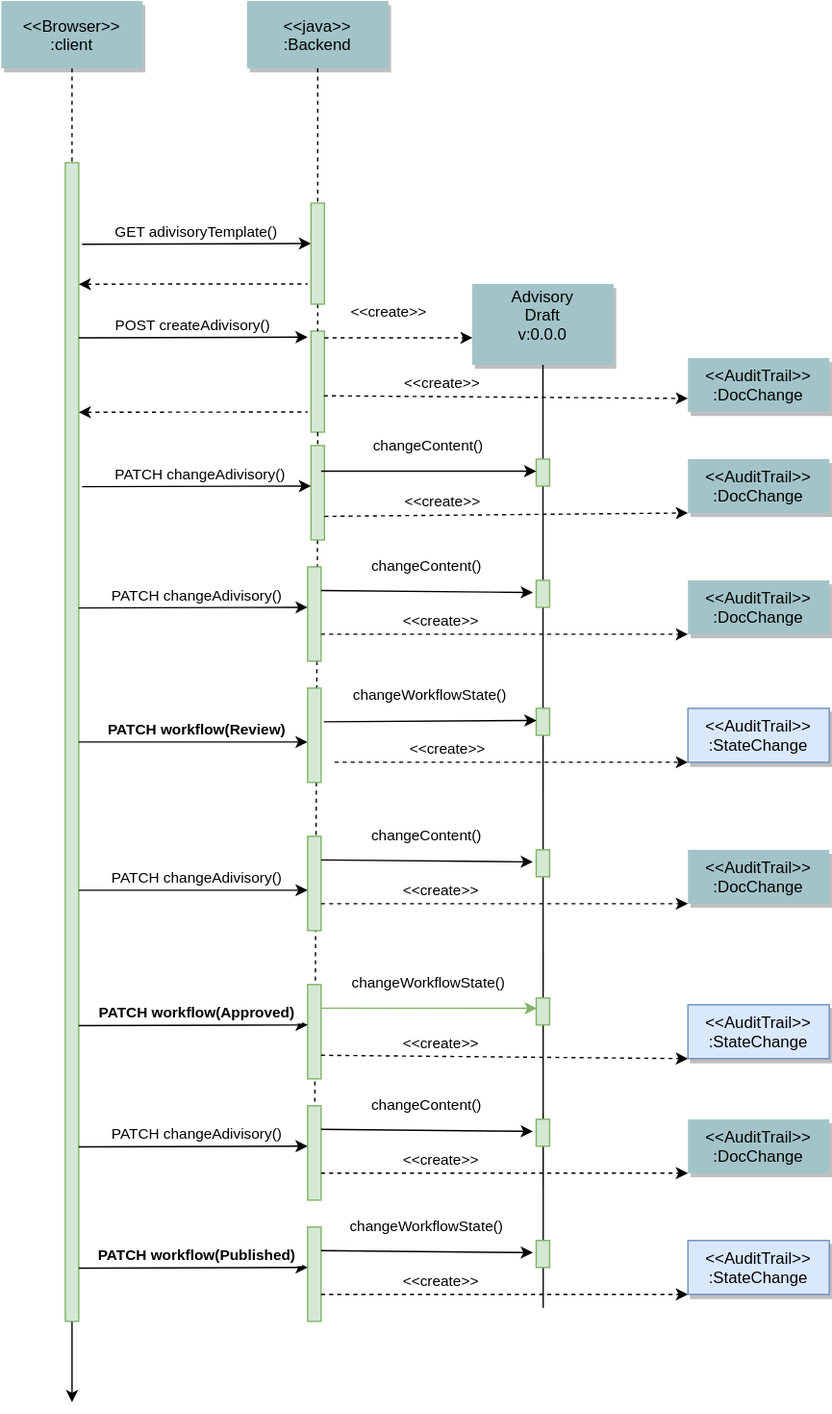
Above: documents/WokflowAdvisory.drawio.svg in secvisogram/csaf-cms-backend (draw.io), before the change. Source tidied: cells renumbered, new cells last; positions are measured from the earlier drawing's top-left corner, leaving out a move shared by most shapes.
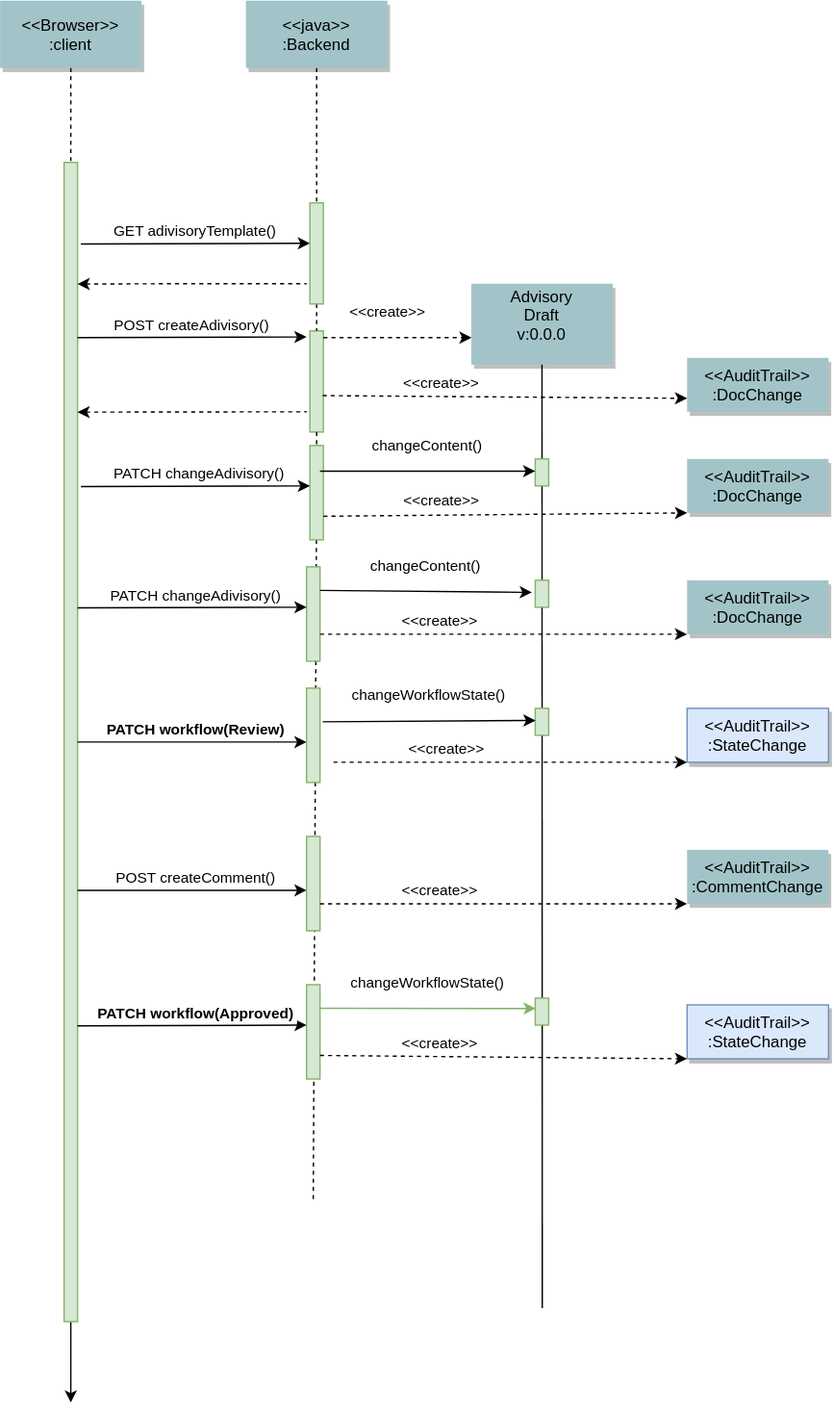
Above is the later version.

Commit message:
doc(architecture): rebase, merge and revise architecture document

Diff of the diagram source:
```diff
@@ -58,8 +58,10 @@
     <mxCell id="15" style="edgeStyle=elbowEdgeStyle;elbow=horizontal;endArrow=none;dashed=1;" parent="1" edge="1" source="4" target="3">
       <mxGeometry x="230" y="310" as="geometry" />
     </mxCell>
-    <mxCell id="16" style="edgeStyle=none;endArrow=none;dashed=1;startArrow=none;entryX=0.5;entryY=1;entryDx=0;entryDy=0;" parent="1" edge="1" source="18" target="33">
-      <mxGeometry x="376.6" y="339.7" as="geometry" />
+    <mxCell id="16" style="edgeStyle=none;endArrow=none;dashed=1;startArrow=none;entryX=0.5;entryY=1;entryDx=0;entryDy=0;" parent="1" edge="1" source="18">
+      <mxGeometry x="376.6" y="339.7" as="geometry">
+        <mxPoint x="233" y="890" as="targetPoint" />
+      </mxGeometry>
     </mxCell>
     <mxCell id="17" value="&lt;&lt;create&gt;&gt;" style="edgeStyle=none;verticalLabelPosition=top;verticalAlign=bottom;dashed=1;entryX=0;entryY=0.75;entryDx=0;entryDy=0;exitX=0.95;exitY=0.64;exitDx=0;exitDy=0;exitPerimeter=0;" parent="1" edge="1" source="5" target="14">
       <mxGeometry as="geometry">
@@ -125,92 +127,24 @@
         <mxPoint y="-10" as="offset" />
       </mxGeometry>
     </mxCell>
-    <mxCell id="31" style="group;" parent="1" vertex="1">
-      <mxGeometry x="58" y="820" width="557.5" height="70" as="geometry" />
-    </mxCell>
-    <mxCell id="32" style="fillColor=#d5e8d4;strokeColor=#82b366;" parent="31" vertex="1">
-      <mxGeometry x="339.8" y="10" width="10" height="20" as="geometry" />
-    </mxCell>
-    <mxCell id="33" style="fillColor=#d5e8d4;strokeColor=#82b366;" parent="31" vertex="1">
-      <mxGeometry x="170" width="10" height="70" as="geometry" />
-    </mxCell>
-    <mxCell id="34" value="PATCH changeAdivisory()" style="edgeStyle=none;verticalLabelPosition=top;verticalAlign=bottom;" parent="31" edge="1">
-      <mxGeometry x="-172.5" y="-260" as="geometry">
-        <mxPoint y="30.5" as="sourcePoint" />
-        <mxPoint x="170" y="30" as="targetPoint" />
-        <mxPoint x="3" as="offset" />
-      </mxGeometry>
-    </mxCell>
-    <mxCell id="35" value="&lt;&lt;create&gt;&gt;" style="edgeStyle=none;verticalLabelPosition=top;verticalAlign=bottom;dashed=1;entryX=0;entryY=1;entryDx=0;entryDy=0;" parent="31" edge="1" target="36">
-      <mxGeometry x="-172.5" y="-195" as="geometry">
-        <mxPoint x="180" y="50" as="sourcePoint" />
-        <mxPoint x="-47" y="-1" as="offset" />
-      </mxGeometry>
-    </mxCell>
-    <mxCell id="36" value="&lt;&lt;AuditTrail&gt;&gt;&#10;:DocChange" style="shadow=1;fillColor=#A2C4C9;strokeColor=none;" parent="31" vertex="1">
-      <mxGeometry x="452.5" y="10" width="105" height="40" as="geometry" />
-    </mxCell>
-    <mxCell id="37" value="changeContent()" style="edgeStyle=none;verticalLabelPosition=top;verticalAlign=bottom;exitX=1;exitY=0.25;exitDx=0;exitDy=0;" parent="31" edge="1" source="33">
-      <mxGeometry x="-175.2" y="-300.5" as="geometry">
-        <mxPoint x="337.3" y="19" as="targetPoint" />
-        <mxPoint y="-10" as="offset" />
-      </mxGeometry>
-    </mxCell>
-    <mxCell id="38" style="group;" parent="1" vertex="1">
-      <mxGeometry x="58" y="910" width="557.5" height="70" as="geometry" />
-    </mxCell>
-    <mxCell id="39" style="fillColor=#d5e8d4;strokeColor=#82b366;" parent="38" vertex="1">
-      <mxGeometry x="339.8" y="10" width="10" height="20" as="geometry" />
-    </mxCell>
-    <mxCell id="40" style="fillColor=#d5e8d4;strokeColor=#82b366;" parent="38" vertex="1">
-      <mxGeometry x="170" width="10" height="70" as="geometry" />
-    </mxCell>
-    <mxCell id="41" value="PATCH workflow(Published)" style="edgeStyle=none;verticalLabelPosition=top;verticalAlign=bottom;fontStyle=1;" parent="38" edge="1">
-      <mxGeometry x="-172.5" y="-260" as="geometry">
-        <mxPoint y="30.5" as="sourcePoint" />
-        <mxPoint x="170" y="30" as="targetPoint" />
-        <mxPoint x="3" as="offset" />
-      </mxGeometry>
-    </mxCell>
-    <mxCell id="42" value="&lt;&lt;create&gt;&gt;" style="edgeStyle=none;verticalLabelPosition=top;verticalAlign=bottom;dashed=1;entryX=0;entryY=1;entryDx=0;entryDy=0;" parent="38" edge="1" target="43">
-      <mxGeometry x="-172.5" y="-195" as="geometry">
-        <mxPoint x="180" y="50" as="sourcePoint" />
-        <mxPoint x="-47" y="-1" as="offset" />
-      </mxGeometry>
-    </mxCell>
-    <mxCell id="43" value="&lt;&lt;AuditTrail&gt;&gt;&#10;:StateChange" style="shadow=1;fillColor=#dae8fc;strokeColor=#6c8ebf;" parent="38" vertex="1">
-      <mxGeometry x="452.5" y="10" width="105" height="40" as="geometry" />
-    </mxCell>
-    <mxCell id="44" value="changeWorkflowState()" style="edgeStyle=none;verticalLabelPosition=top;verticalAlign=bottom;exitX=1;exitY=0.25;exitDx=0;exitDy=0;" parent="38" edge="1" source="40">
-      <mxGeometry x="-175.2" y="-300.5" as="geometry">
-        <mxPoint x="337.3" y="19" as="targetPoint" />
-        <mxPoint y="-10" as="offset" />
-      </mxGeometry>
-    </mxCell>
     <mxCell id="45" style="group;" parent="1" vertex="1">
       <mxGeometry x="58" y="620" width="557.5" height="70" as="geometry" />
     </mxCell>
-    <mxCell id="46" style="fillColor=#d5e8d4;strokeColor=#82b366;" parent="45" vertex="1">
-      <mxGeometry x="339.8" y="10" width="10" height="20" as="geometry" />
-    </mxCell>
     <mxCell id="47" style="fillColor=#d5e8d4;strokeColor=#82b366;" parent="45" vertex="1">
       <mxGeometry x="170" width="10" height="70" as="geometry" />
     </mxCell>
     <mxCell id="48" value="&lt;&lt;create&gt;&gt;" style="edgeStyle=none;verticalLabelPosition=top;verticalAlign=bottom;dashed=1;entryX=0;entryY=1;entryDx=0;entryDy=0;" parent="45" edge="1" target="49">
       <mxGeometry x="-172.5" y="-195" as="geometry">
         <mxPoint x="180" y="50" as="sourcePoint" />
+        <Array as="points">
+          <mxPoint x="320" y="50" />
+        </Array>
         <mxPoint x="-47" y="-1" as="offset" />
       </mxGeometry>
     </mxCell>
-    <mxCell id="49" value="&lt;&lt;AuditTrail&gt;&gt;&#10;:DocChange" style="shadow=1;fillColor=#A2C4C9;strokeColor=none;" parent="45" vertex="1">
+    <mxCell id="49" value="&lt;&lt;AuditTrail&gt;&gt;&#10;:CommentChange" style="shadow=1;fillColor=#A2C4C9;strokeColor=none;" parent="45" vertex="1">
       <mxGeometry x="452.5" y="10" width="105" height="40" as="geometry" />
     </mxCell>
-    <mxCell id="50" value="changeContent()" style="edgeStyle=none;verticalLabelPosition=top;verticalAlign=bottom;exitX=1;exitY=0.25;exitDx=0;exitDy=0;" parent="45" edge="1" source="47">
-      <mxGeometry x="-175.2" y="-300.5" as="geometry">
-        <mxPoint x="337.3" y="19" as="targetPoint" />
-        <mxPoint y="-10" as="offset" />
-      </mxGeometry>
-    </mxCell>
     <mxCell id="51" value="PATCH workflow(Review)" style="edgeStyle=none;verticalLabelPosition=top;verticalAlign=bottom;fontStyle=1;" parent="1" edge="1">
       <mxGeometry x="7.5" y="185" as="geometry">
         <mxPoint x="58" y="550" as="sourcePoint" />
@@ -218,7 +152,7 @@
         <mxPoint x="3" as="offset" />
       </mxGeometry>
     </mxCell>
-    <mxCell id="52" value="PATCH changeAdivisory()" style="edgeStyle=none;verticalLabelPosition=top;verticalAlign=bottom;" parent="1" edge="1">
+    <mxCell id="52" value="POST createComment()" style="edgeStyle=none;verticalLabelPosition=top;verticalAlign=bottom;" parent="1" edge="1">
       <mxGeometry x="7.5" y="290" as="geometry">
         <mxPoint x="58" y="660" as="sourcePoint" />
         <mxPoint x="228" y="660" as="targetPoint" />
@@ -293,5 +227,8 @@
     <mxCell id="67" style="edgeStyle=none;endArrow=none;dashed=1;" parent="1" edge="1" source="6" target="66">
       <mxGeometry x="272.3" y="165" as="geometry" />
     </mxCell>
+    <mxCell id="68" style="edgeStyle=orthogonalEdgeStyle;rounded=0;orthogonalLoop=1;jettySize=auto;html=1;exitX=0.5;exitY=1;exitDx=0;exitDy=0;" parent="1" edge="1" source="3" target="3">
+      <mxGeometry relative="1" as="geometry" />
+    </mxCell>
   </root>
 </mxGraphModel>
```
